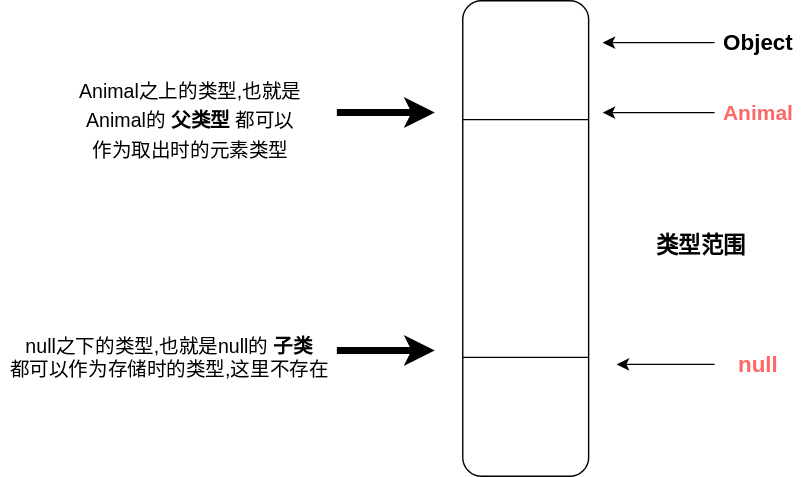
soloveri/notes-of-cs keeps this draw.io diagram as java/basis/genric/images/upper-bound.drawio.svg. Above is the earlier version. Source tidied: cells renumbered, new cells last; positions are measured from the earlier drawing's top-left corner, leaving out a move shared by most shapes.
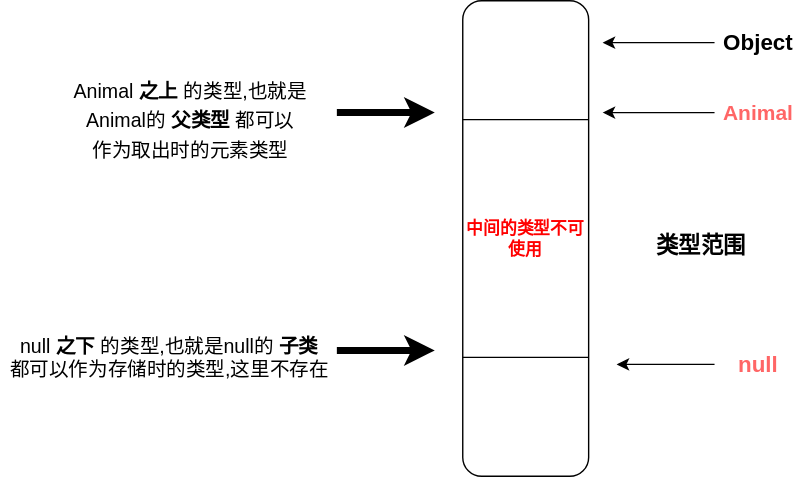
The same file after the commit.

Commit message:
update generic pic

The edit, as a diff of the source:
```diff
@@ -14,7 +14,7 @@
         <mxPoint x="310" y="250" as="targetPoint" />
       </mxGeometry>
     </mxCell>
-    <mxCell id="4" style="rounded=1;whiteSpace=wrap;html=1;" parent="1" vertex="1">
+    <mxCell id="4" value="&lt;b&gt;&lt;font color=&quot;#ff0000&quot;&gt;中间的类型不可使用&lt;/font&gt;&lt;/b&gt;" style="rounded=1;whiteSpace=wrap;html=1;" parent="1" vertex="1">
       <mxGeometry x="330" width="90" height="340" as="geometry" />
     </mxCell>
     <mxCell id="5" value="&lt;font style=&quot;font-size: 16px&quot;&gt;&lt;b&gt;类型范围&lt;/b&gt;&lt;/font&gt;" style="text;html=1;align=center;verticalAlign=middle;" parent="1" vertex="1">
@@ -53,11 +53,11 @@
     <mxCell id="13" value="&lt;font style=&quot;font-size: 16px&quot;&gt;&lt;b&gt;Object&lt;/b&gt;&lt;/font&gt;" style="text;html=1;align=center;verticalAlign=middle;" parent="1" vertex="1">
       <mxGeometry x="506" y="20" width="70" height="20" as="geometry" />
     </mxCell>
-    <mxCell id="14" value="&lt;p style=&quot;line-height: 150% ; font-size: 14px&quot;&gt;Animal之上的类型,也就是&lt;br&gt;Animal的&lt;b&gt;父类型&lt;/b&gt;都可以&lt;br&gt;作为取出时的元素类型&lt;/p&gt;" style="text;html=1;align=center;verticalAlign=middle;" parent="1" vertex="1">
+    <mxCell id="14" value="&lt;p style=&quot;line-height: 150% ; font-size: 14px&quot;&gt;Animal&lt;b&gt;之上&lt;/b&gt;的类型,也就是&lt;br&gt;Animal的&lt;b&gt;父类型&lt;/b&gt;都可以&lt;br&gt;作为取出时的元素类型&lt;/p&gt;" style="text;html=1;align=center;verticalAlign=middle;" parent="1" vertex="1">
       <mxGeometry x="50" y="36" width="170" height="100" as="geometry" />
     </mxCell>
-    <mxCell id="15" value="&lt;font style=&quot;font-size: 14px&quot;&gt;null之下的类型,也就是null的&lt;b&gt;子类&lt;/b&gt;&lt;br&gt;都可以作为存储时的类型,这里不存在&lt;/font&gt;" style="text;html=1;align=center;verticalAlign=middle;" parent="1" vertex="1">
-      <mxGeometry y="240" width="240" height="30" as="geometry" />
+    <mxCell id="15" value="&lt;font style=&quot;font-size: 14px&quot;&gt;null&lt;b&gt;之下&lt;/b&gt;的类型,也就是null的&lt;b&gt;子类&lt;/b&gt;&lt;br&gt;都可以作为存储时的类型,这里不存在&lt;/font&gt;" style="text;html=1;align=center;verticalAlign=middle;" parent="1" vertex="1">
+      <mxGeometry y="235" width="240" height="40" as="geometry" />
     </mxCell>
   </root>
 </mxGraphModel>
```
